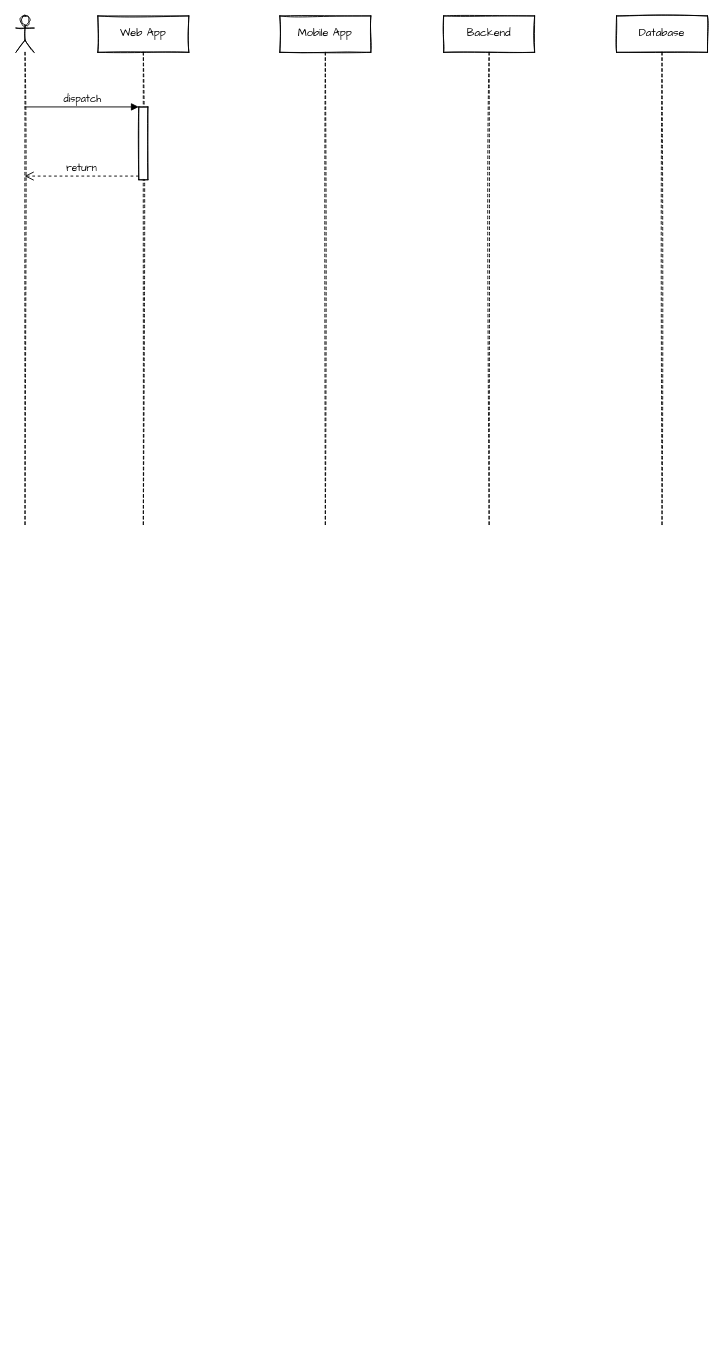
Before: page "Process" (2 of 2) of whatsclub.drawio in zatsepinvl/whatsclub, a draw.io diagram. Source tidied: cells renumbered, new cells numbered last; positions are measured from the earlier drawing's top-left corner, leaving out a move shared by most shapes. Both pictures are drawn from the tidied source at 91%, with x=0, y=0 at pixel (15, 15).
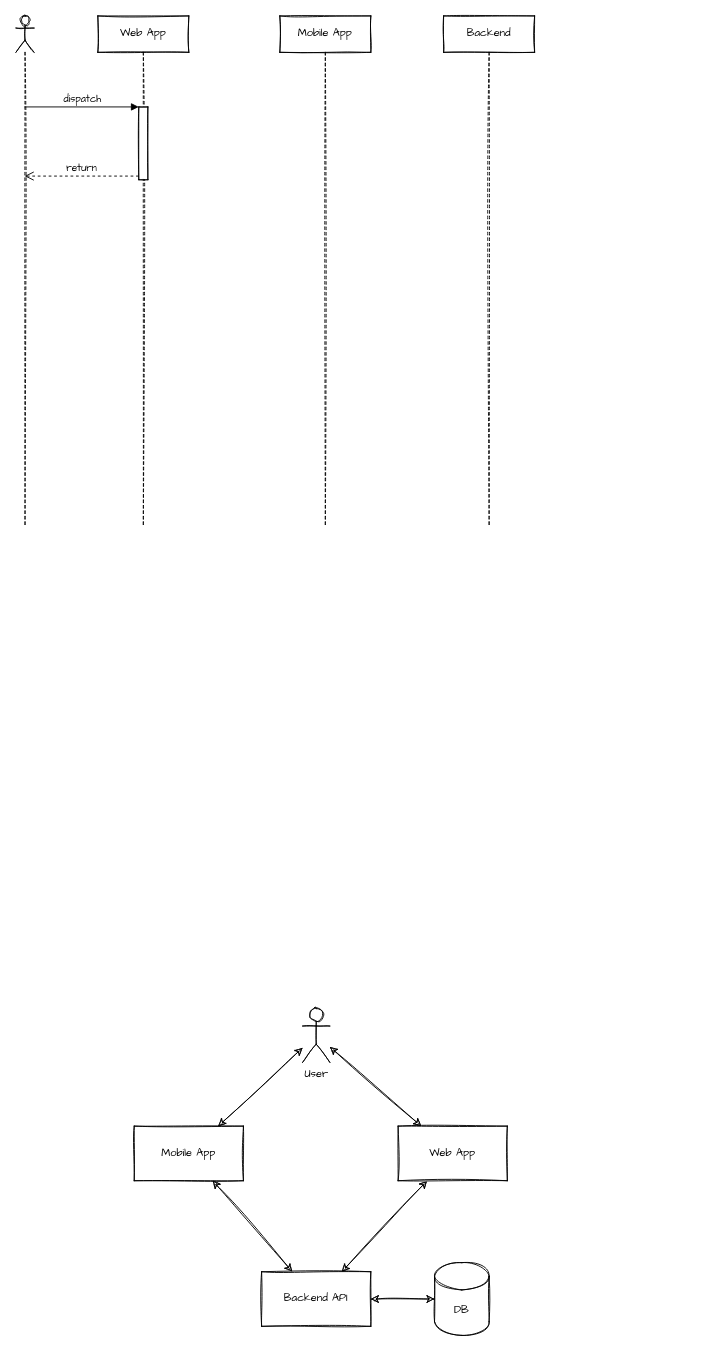
Above is the later version.

Diff of the diagram source:
```diff
@@
 <mxGraphModel>
   <root>
     <mxCell id="0" />
     <mxCell id="1" parent="0" />
     <mxCell id="2" style="shape=umlLifeline;participant=umlActor;perimeter=lifelinePerimeter;whiteSpace=wrap;html=1;verticalAlign=top;spacingTop=36;outlineConnect=0;sketch=1;fontFamily=Comic Sans MS;" parent="1" vertex="1">
       <mxGeometry width="20" height="560" as="geometry" />
     </mxCell>
     <mxCell id="3" value="Web App" style="shape=umlLifeline;perimeter=lifelinePerimeter;whiteSpace=wrap;html=1;sketch=1;fontFamily=Comic Sans MS;" parent="1" vertex="1">
       <mxGeometry x="90" width="100" height="560" as="geometry" />
     </mxCell>
     <mxCell id="4" style="html=1;points=[];perimeter=orthogonalPerimeter;sketch=1;fontFamily=Comic Sans MS;" parent="3" vertex="1">
       <mxGeometry x="45" y="100" width="10" height="80" as="geometry" />
     </mxCell>
     <mxCell id="5" value="Backend" style="shape=umlLifeline;perimeter=lifelinePerimeter;whiteSpace=wrap;html=1;sketch=1;fontFamily=Comic Sans MS;" parent="1" vertex="1">
       <mxGeometry x="470" width="100" height="560" as="geometry" />
     </mxCell>
     <mxCell id="6" value="Mobile App" style="shape=umlLifeline;perimeter=lifelinePerimeter;whiteSpace=wrap;html=1;sketch=1;fontFamily=Comic Sans MS;" parent="1" vertex="1">
       <mxGeometry x="290" width="100" height="560" as="geometry" />
     </mxCell>
-    <mxCell id="7" value="Database" style="shape=umlLifeline;perimeter=lifelinePerimeter;whiteSpace=wrap;html=1;sketch=1;fontFamily=Comic Sans MS;" parent="1" vertex="1">
-      <mxGeometry x="660" width="100" height="560" as="geometry" />
-    </mxCell>
     <mxCell id="8" value="dispatch" style="html=1;verticalAlign=bottom;endArrow=block;entryX=0;entryY=0;fontFamily=Comic Sans MS;" parent="1" edge="1" source="2" target="4">
       <mxGeometry relative="1" as="geometry" />
     </mxCell>
     <mxCell id="9" value="return" style="html=1;verticalAlign=bottom;endArrow=open;dashed=1;endSize=8;exitX=0;exitY=0.95;fontFamily=Comic Sans MS;" parent="1" edge="1" source="4" target="2">
       <mxGeometry relative="1" as="geometry" />
     </mxCell>
+    <mxCell id="10" style="rounded=0;jettySize=auto;html=1;sketch=1;fontFamily=Comic Sans MS;startArrow=classic;startFill=1;" parent="1" edge="1" source="11" target="15">
+      <mxGeometry relative="1" as="geometry" />
+    </mxCell>
+    <mxCell id="11" value="Mobile App" style="rounded=0;whiteSpace=wrap;html=1;sketch=1;fontFamily=Comic Sans MS;" parent="1" vertex="1">
+      <mxGeometry x="130" y="1220" width="120" height="60" as="geometry" />
+    </mxCell>
+    <mxCell id="12" style="edgeStyle=none;rounded=1;jettySize=auto;html=1;sketch=1;fontFamily=Comic Sans MS;startArrow=classic;startFill=1;" parent="1" edge="1" source="13" target="15">
+      <mxGeometry relative="1" as="geometry" />
+    </mxCell>
+    <mxCell id="13" value="Web App" style="rounded=0;whiteSpace=wrap;html=1;sketch=1;fontFamily=Comic Sans MS;" parent="1" vertex="1">
+      <mxGeometry x="420" y="1220" width="120" height="60" as="geometry" />
+    </mxCell>
+    <mxCell id="14" style="edgeStyle=none;rounded=1;sketch=1;jettySize=auto;html=1;fontFamily=Comic Sans MS;startArrow=classic;startFill=1;" parent="1" edge="1" source="15" target="19">
+      <mxGeometry relative="1" as="geometry" />
+    </mxCell>
+    <mxCell id="15" value="Backend API" style="rounded=0;whiteSpace=wrap;html=1;sketch=1;fontFamily=Comic Sans MS;" parent="1" vertex="1">
+      <mxGeometry x="270" y="1380" width="120" height="60" as="geometry" />
+    </mxCell>
+    <mxCell id="16" style="edgeStyle=none;rounded=1;sketch=1;jettySize=auto;html=1;fontFamily=Comic Sans MS;startArrow=classic;startFill=1;" parent="1" edge="1" source="18" target="11">
+      <mxGeometry relative="1" as="geometry" />
+    </mxCell>
+    <mxCell id="17" style="edgeStyle=none;rounded=1;sketch=1;jettySize=auto;html=1;fontFamily=Comic Sans MS;startArrow=classic;startFill=1;" parent="1" edge="1" source="18" target="13">
+      <mxGeometry relative="1" as="geometry" />
+    </mxCell>
+    <mxCell id="18" value="User" style="shape=umlActor;verticalLabelPosition=bottom;verticalAlign=top;html=1;outlineConnect=0;sketch=1;fontFamily=Comic Sans MS;" parent="1" vertex="1">
+      <mxGeometry x="315" y="1090" width="30" height="60" as="geometry" />
+    </mxCell>
+    <mxCell id="19" value="DB" style="shape=cylinder3;whiteSpace=wrap;html=1;boundedLbl=1;backgroundOutline=1;size=15;sketch=1;fontFamily=Comic Sans MS;" parent="1" vertex="1">
+      <mxGeometry x="460" y="1370" width="60" height="80" as="geometry" />
+    </mxCell>
   </root>
 </mxGraphModel>
```
